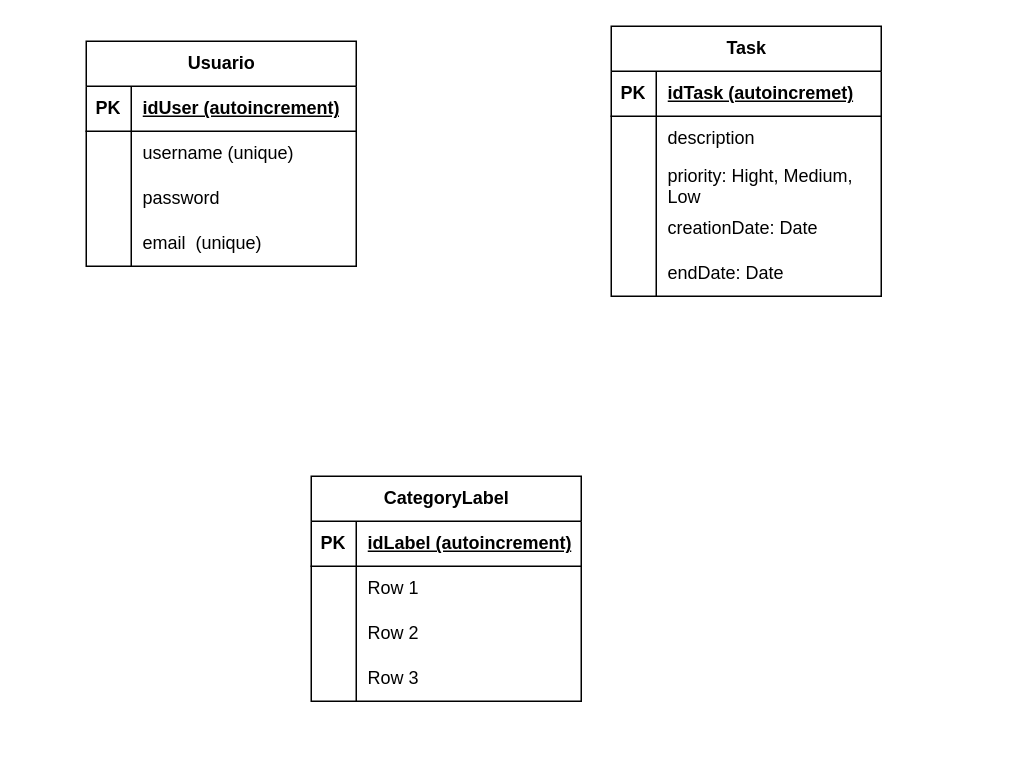
XLex0/To-Do_Project keeps this draw.io diagram as diagramaBD.drawio. Above is the earlier version. Source tidied: cells renumbered, new cells numbered last; positions are measured from the earlier drawing's top-left corner, leaving out a move shared by most shapes. Both pictures are drawn from the tidied source at 150%, with x=0, y=0 at pixel (86, 26).
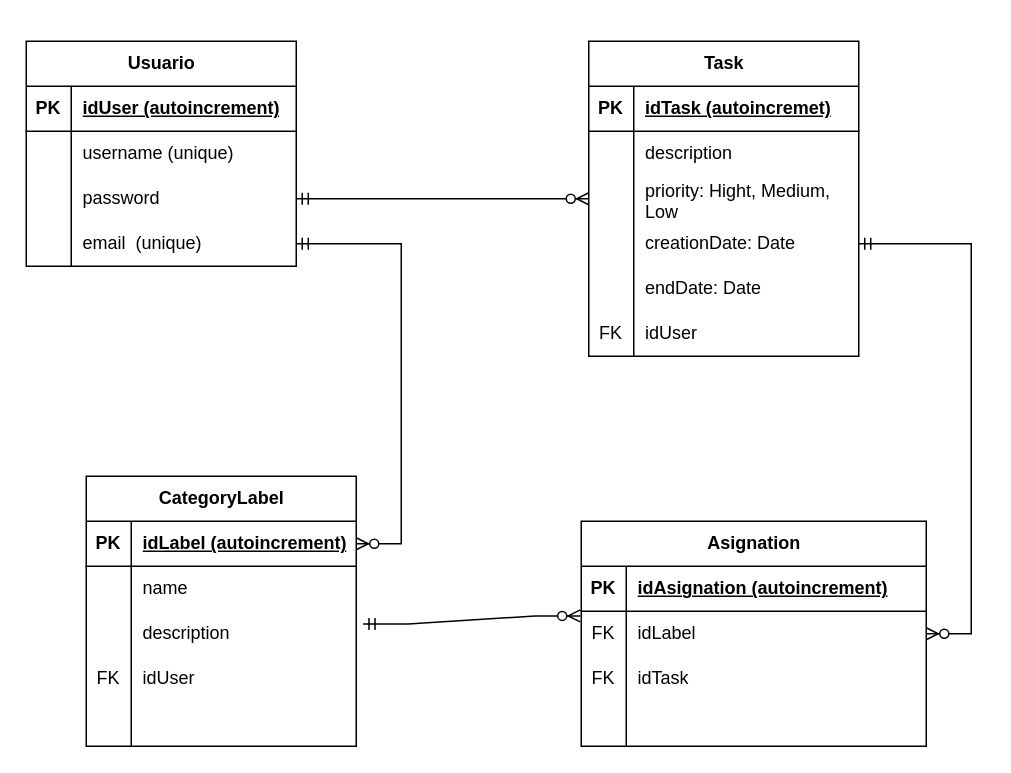
The same page after the edit.

The change refers to these unchanged cells:
```xml
<mxCell id="9" style="shape=tableRow;horizontal=0;startSize=0;swimlaneHead=0;swimlaneBody=0;fillColor=none;points=[[0,0.5],[1,0.5]];portConstraint=eastwest;top=0;left=0;right=0;bottom=0;" parent="2" vertex="1">
  <mxGeometry y="90" width="180" height="30" as="geometry" />
</mxCell>
<mxCell id="12" style="shape=tableRow;horizontal=0;startSize=0;swimlaneHead=0;swimlaneBody=0;fillColor=none;points=[[0,0.5],[1,0.5]];portConstraint=eastwest;top=0;left=0;right=0;bottom=0;" parent="2" vertex="1">
  <mxGeometry y="120" width="180" height="30" as="geometry" />
</mxCell>
<mxCell id="22" style="shape=tableRow;horizontal=0;startSize=0;swimlaneHead=0;swimlaneBody=0;fillColor=none;points=[[0,0.5],[1,0.5]];portConstraint=eastwest;top=0;left=0;right=0;bottom=0;" parent="15" vertex="1">
  <mxGeometry y="90" width="180" height="30" as="geometry" />
</mxCell>
<mxCell id="25" style="shape=tableRow;horizontal=0;startSize=0;swimlaneHead=0;swimlaneBody=0;fillColor=none;points=[[0,0.5],[1,0.5]];portConstraint=eastwest;top=0;left=0;right=0;bottom=0;" parent="15" vertex="1">
  <mxGeometry y="120" width="180" height="30" as="geometry" />
</mxCell>
<mxCell id="32" style="shape=tableRow;horizontal=0;startSize=0;swimlaneHead=0;swimlaneBody=0;fillColor=none;points=[[0,0.5],[1,0.5]];portConstraint=eastwest;top=0;left=0;right=0;bottom=1;" parent="31" vertex="1">
  <mxGeometry y="30" width="180" height="30" as="geometry" />
</mxCell>
<mxCell id="35" style="shape=tableRow;horizontal=0;startSize=0;swimlaneHead=0;swimlaneBody=0;fillColor=none;top=0;left=0;right=0;bottom=0;" parent="31" vertex="1">
  <mxGeometry y="60" width="180" height="30" as="geometry" />
</mxCell>
<mxCell id="38" style="shape=tableRow;horizontal=0;startSize=0;swimlaneHead=0;swimlaneBody=0;fillColor=none;points=[[0,0.5],[1,0.5]];portConstraint=eastwest;top=0;left=0;right=0;bottom=0;" parent="31" vertex="1">
  <mxGeometry y="90" width="180" height="30" as="geometry" />
</mxCell>
```

The edit, as a diff of the source:
```diff
@@
     <mxCell id="2" value="Usuario" style="shape=table;startSize=30;childLayout=tableLayout;rowLines=0;fontStyle=1;align=center;html=1;" parent="1" vertex="1">
-      <mxGeometry y="10" width="180" height="150" as="geometry" />
+      <mxGeometry x="-40" y="10" width="180" height="150" as="geometry" />
     </mxCell>
@@
     <mxCell id="15" value="Task" style="shape=table;startSize=30;childLayout=tableLayout;rowLines=0;fontStyle=1;align=center;html=1;" parent="1" vertex="1">
-      <mxGeometry x="350" width="180" height="180" as="geometry" />
+      <mxGeometry x="335" y="10" width="180" height="210" as="geometry" />
     </mxCell>
@@
+    <mxCell id="44" style="shape=tableRow;horizontal=0;startSize=0;swimlaneHead=0;swimlaneBody=0;fillColor=none;top=0;left=0;right=0;bottom=0;" parent="15" vertex="1">
+      <mxGeometry y="180" width="180" height="30" as="geometry" />
+    </mxCell>
+    <mxCell id="45" value="FK" style="shape=partialRectangle;fillColor=none;top=0;left=0;bottom=0;right=0;overflow=hidden;whiteSpace=wrap;html=1;" parent="44" vertex="1">
+      <mxGeometry width="30" height="30" as="geometry" />
+    </mxCell>
+    <mxCell id="46" value="idUser" style="shape=partialRectangle;fillColor=none;top=0;left=0;bottom=0;right=0;align=left;spacingLeft=6;overflow=hidden;whiteSpace=wrap;html=1;" parent="44" vertex="1">
+      <mxGeometry x="30" width="150" height="30" as="geometry" />
+    </mxCell>
     <mxCell id="31" value="CategoryLabel" style="shape=table;startSize=30;childLayout=tableLayout;rowLines=0;fontStyle=1;align=center;html=1;" parent="1" vertex="1">
-      <mxGeometry x="150" y="300" width="180" height="150" as="geometry" />
+      <mxGeometry y="300" width="180" height="180" as="geometry" />
     </mxCell>
@@
-    <mxCell id="37" value="Row 1" style="shape=partialRectangle;fillColor=none;top=0;left=0;bottom=0;right=0;align=left;spacingLeft=6;overflow=hidden;whiteSpace=wrap;html=1;" parent="35" vertex="1">
+    <mxCell id="37" value="name" style="shape=partialRectangle;fillColor=none;top=0;left=0;bottom=0;right=0;align=left;spacingLeft=6;overflow=hidden;whiteSpace=wrap;html=1;" parent="35" vertex="1">
       <mxGeometry x="30" width="150" height="30" as="geometry" />
     </mxCell>
@@
-    <mxCell id="40" value="Row 2" style="shape=partialRectangle;fillColor=none;top=0;left=0;bottom=0;right=0;align=left;spacingLeft=6;overflow=hidden;whiteSpace=wrap;html=1;" parent="38" vertex="1">
+    <mxCell id="40" value="description" style="shape=partialRectangle;fillColor=none;top=0;left=0;bottom=0;right=0;align=left;spacingLeft=6;overflow=hidden;whiteSpace=wrap;html=1;" parent="38" vertex="1">
       <mxGeometry x="30" width="150" height="30" as="geometry" />
     </mxCell>
+    <mxCell id="47" style="shape=tableRow;horizontal=0;startSize=0;swimlaneHead=0;swimlaneBody=0;fillColor=none;top=0;left=0;right=0;bottom=0;" parent="31" vertex="1">
+      <mxGeometry y="120" width="180" height="30" as="geometry" />
+    </mxCell>
+    <mxCell id="48" value="FK" style="shape=partialRectangle;fillColor=none;top=0;left=0;bottom=0;right=0;overflow=hidden;whiteSpace=wrap;html=1;" parent="47" vertex="1">
+      <mxGeometry width="30" height="30" as="geometry" />
+    </mxCell>
+    <mxCell id="49" value="idUser" style="shape=partialRectangle;fillColor=none;top=0;left=0;bottom=0;right=0;align=left;spacingLeft=6;overflow=hidden;whiteSpace=wrap;html=1;" parent="47" vertex="1">
+      <mxGeometry x="30" width="150" height="30" as="geometry" />
+    </mxCell>
     <mxCell id="41" style="shape=tableRow;horizontal=0;startSize=0;swimlaneHead=0;swimlaneBody=0;fillColor=none;top=0;left=0;right=0;bottom=0;" parent="31" vertex="1">
-      <mxGeometry y="120" width="180" height="30" as="geometry" />
+      <mxGeometry y="150" width="180" height="30" as="geometry" />
     </mxCell>
@@
-    <mxCell id="43" value="Row 3" style="shape=partialRectangle;fillColor=none;top=0;left=0;bottom=0;right=0;align=left;spacingLeft=6;overflow=hidden;whiteSpace=wrap;html=1;" parent="41" vertex="1">
+    <mxCell id="43" style="shape=partialRectangle;fillColor=none;top=0;left=0;bottom=0;right=0;align=left;spacingLeft=6;overflow=hidden;whiteSpace=wrap;html=1;" parent="41" vertex="1">
       <mxGeometry x="30" width="150" height="30" as="geometry" />
     </mxCell>
+    <mxCell id="50" value="Asignation" style="shape=table;startSize=30;childLayout=tableLayout;rowLines=0;fontStyle=1;align=center;html=1;" parent="1" vertex="1">
+      <mxGeometry x="330" y="330" width="230" height="150" as="geometry" />
+    </mxCell>
+    <mxCell id="51" style="shape=tableRow;horizontal=0;startSize=0;swimlaneHead=0;swimlaneBody=0;fillColor=none;top=0;left=0;right=0;bottom=1;" parent="50" vertex="1">
+      <mxGeometry y="30" width="230" height="30" as="geometry" />
+    </mxCell>
+    <mxCell id="52" value="PK" style="shape=partialRectangle;fillColor=none;top=0;left=0;bottom=0;right=0;fontStyle=1;overflow=hidden;whiteSpace=wrap;html=1;" parent="51" vertex="1">
+      <mxGeometry width="30" height="30" as="geometry" />
+    </mxCell>
+    <mxCell id="53" value="idAsignation (autoincrement)" style="shape=partialRectangle;fillColor=none;top=0;left=0;bottom=0;right=0;align=left;spacingLeft=6;fontStyle=5;overflow=hidden;whiteSpace=wrap;html=1;" parent="51" vertex="1">
+      <mxGeometry x="30" width="200" height="30" as="geometry" />
+    </mxCell>
+    <mxCell id="54" style="shape=tableRow;horizontal=0;startSize=0;swimlaneHead=0;swimlaneBody=0;fillColor=none;points=[[0,0.5],[1,0.5]];portConstraint=eastwest;top=0;left=0;right=0;bottom=0;" parent="50" vertex="1">
+      <mxGeometry y="60" width="230" height="30" as="geometry" />
+    </mxCell>
+    <mxCell id="55" value="FK" style="shape=partialRectangle;fillColor=none;top=0;left=0;bottom=0;right=0;overflow=hidden;whiteSpace=wrap;html=1;" parent="54" vertex="1">
+      <mxGeometry width="30" height="30" as="geometry" />
+    </mxCell>
+    <mxCell id="56" value="idLabel" style="shape=partialRectangle;fillColor=none;top=0;left=0;bottom=0;right=0;align=left;spacingLeft=6;overflow=hidden;whiteSpace=wrap;html=1;" parent="54" vertex="1">
+      <mxGeometry x="30" width="200" height="30" as="geometry" />
+    </mxCell>
+    <mxCell id="57" style="shape=tableRow;horizontal=0;startSize=0;swimlaneHead=0;swimlaneBody=0;fillColor=none;top=0;left=0;right=0;bottom=0;" parent="50" vertex="1">
+      <mxGeometry y="90" width="230" height="30" as="geometry" />
+    </mxCell>
+    <mxCell id="58" value="FK" style="shape=partialRectangle;fillColor=none;top=0;left=0;bottom=0;right=0;overflow=hidden;whiteSpace=wrap;html=1;" parent="57" vertex="1">
+      <mxGeometry width="30" height="30" as="geometry" />
+    </mxCell>
+    <mxCell id="59" value="idTask" style="shape=partialRectangle;fillColor=none;top=0;left=0;bottom=0;right=0;align=left;spacingLeft=6;overflow=hidden;whiteSpace=wrap;html=1;" parent="57" vertex="1">
+      <mxGeometry x="30" width="200" height="30" as="geometry" />
+    </mxCell>
+    <mxCell id="60" style="shape=tableRow;horizontal=0;startSize=0;swimlaneHead=0;swimlaneBody=0;fillColor=none;top=0;left=0;right=0;bottom=0;" parent="50" vertex="1">
+      <mxGeometry y="120" width="230" height="30" as="geometry" />
+    </mxCell>
+    <mxCell id="61" style="shape=partialRectangle;fillColor=none;top=0;left=0;bottom=0;right=0;overflow=hidden;whiteSpace=wrap;html=1;" parent="60" vertex="1">
+      <mxGeometry width="30" height="30" as="geometry" />
+    </mxCell>
+    <mxCell id="62" style="shape=partialRectangle;fillColor=none;top=0;left=0;bottom=0;right=0;align=left;spacingLeft=6;overflow=hidden;whiteSpace=wrap;html=1;" parent="60" vertex="1">
+      <mxGeometry x="30" width="200" height="30" as="geometry" />
+    </mxCell>
+    <mxCell id="63" style="edgeStyle=entityRelationEdgeStyle;fontSize=12;html=1;endArrow=ERzeroToMany;startArrow=ERmandOne;rounded=0;exitX=1;exitY=0.5;exitDx=0;exitDy=0;entryX=0;entryY=0.5;entryDx=0;entryDy=0;" parent="1" edge="1" source="9" target="22">
+      <mxGeometry relative="1" as="geometry">
+        <Array as="points">
+          <mxPoint x="210" y="-90" />
+        </Array>
+      </mxGeometry>
+    </mxCell>
+    <mxCell id="64" style="edgeStyle=entityRelationEdgeStyle;fontSize=12;html=1;endArrow=ERzeroToMany;startArrow=ERmandOne;rounded=0;exitX=1.025;exitY=0.285;exitDx=0;exitDy=0;entryX=-0.003;entryY=0.103;entryDx=0;entryDy=0;entryPerimeter=0;exitPerimeter=0;" parent="1" edge="1" source="38" target="54">
+      <mxGeometry relative="1" as="geometry">
+        <Array as="points">
+          <mxPoint x="240" y="35" />
+        </Array>
+      </mxGeometry>
+    </mxCell>
+    <mxCell id="65" style="edgeStyle=entityRelationEdgeStyle;fontSize=12;html=1;endArrow=ERzeroToMany;startArrow=ERmandOne;rounded=0;" parent="1" edge="1" source="25" target="50">
+      <mxGeometry relative="1" as="geometry">
+        <Array as="points">
+          <mxPoint x="445" y="210" />
+          <mxPoint x="725" y="250" />
+          <mxPoint x="675" y="320" />
+          <mxPoint x="445" y="200" />
+          <mxPoint x="474" y="230" />
+        </Array>
+      </mxGeometry>
+    </mxCell>
+    <mxCell id="66" style="edgeStyle=entityRelationEdgeStyle;fontSize=12;html=1;endArrow=ERzeroToMany;startArrow=ERmandOne;rounded=0;exitX=1;exitY=0.5;exitDx=0;exitDy=0;" parent="1" edge="1" source="12" target="32">
+      <mxGeometry relative="1" as="geometry">
+        <Array as="points">
+          <mxPoint x="120" y="-15" />
+        </Array>
+      </mxGeometry>
+    </mxCell>
```
